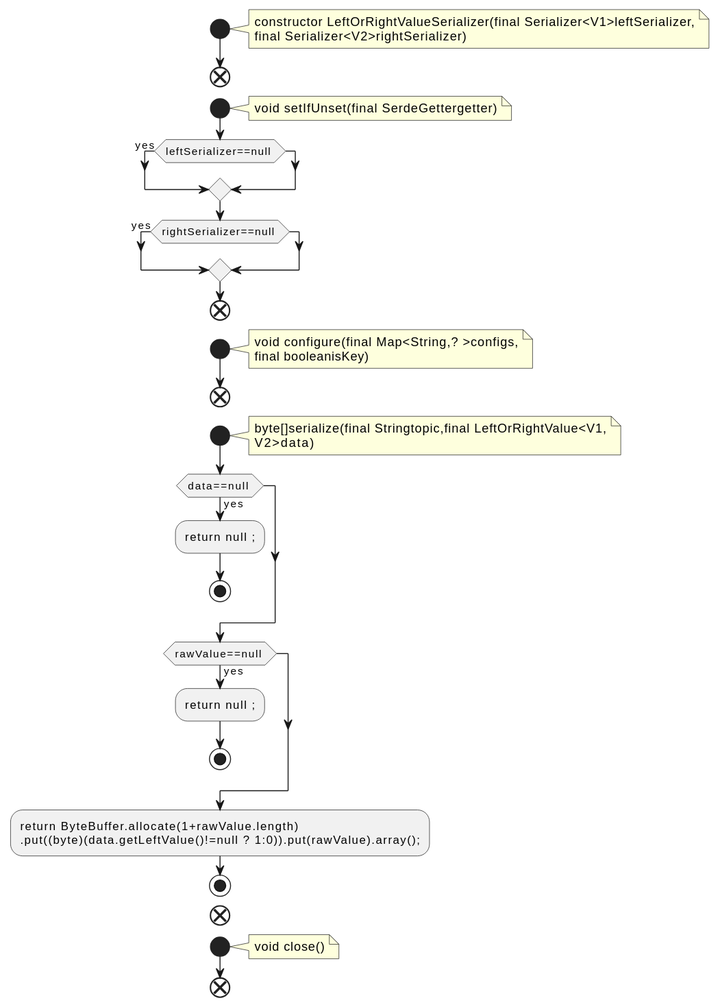
Before: docs/qc/streams/src/main/java/org/apache/kafka/streams/state/internals/LeftOrRightValueSerializer.java.fct.svg, a diagram exported from PlantUML (qualitesys/kafka).
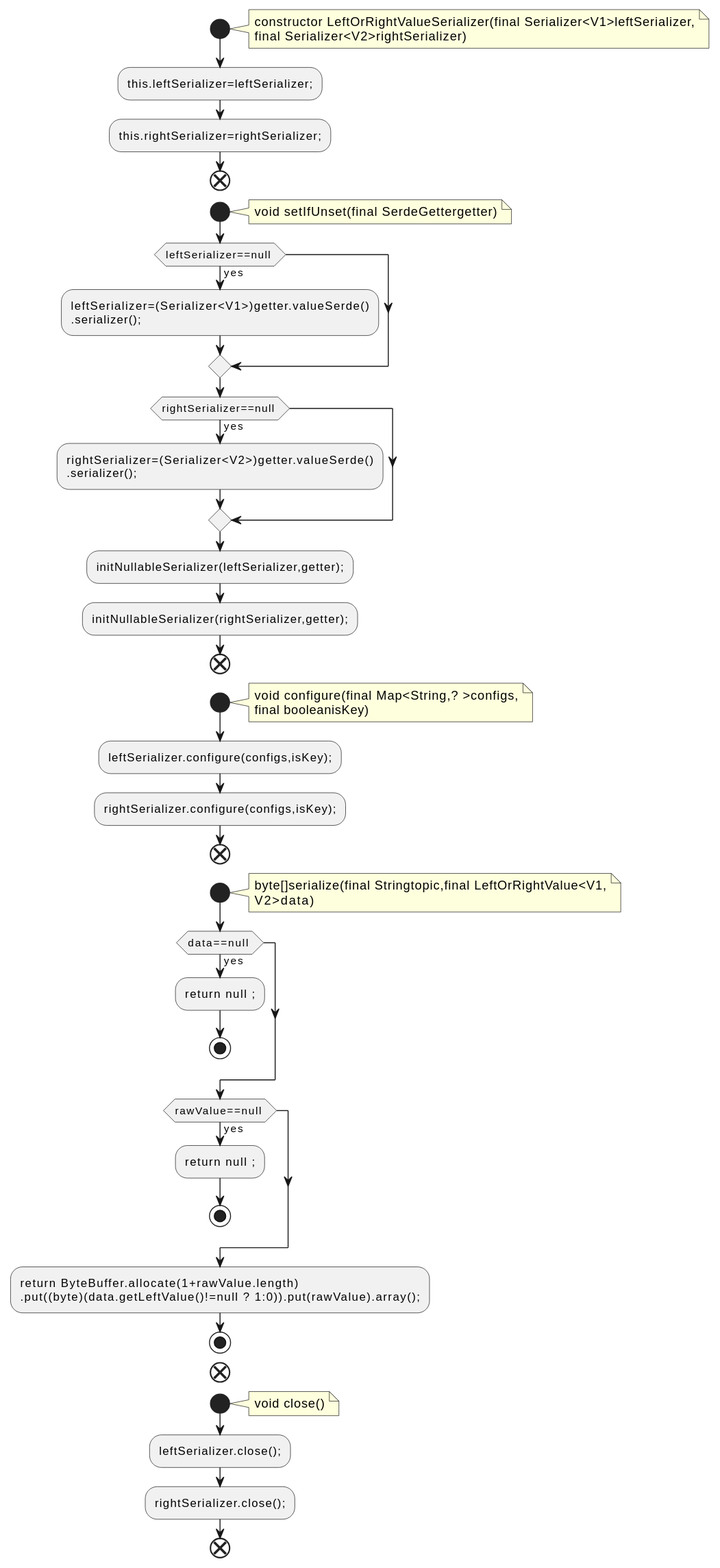
After the commit.

The edit, as a diff of the source:
```diff
@@ -5,21 +5,31 @@
 constructor LeftOrRightValueSerializer(final Serializer<V1>leftSerializer,
 final Serializer<V2>rightSerializer)
 end note
+:this.leftSerializer=leftSerializer;;
+:this.rightSerializer=rightSerializer;;
 end
 start
 note right
 void setIfUnset(final SerdeGettergetter)
 end note
 if (leftSerializer==null ) then (yes)
+:leftSerializer=(Serializer<V1>)getter.valueSerde()
+.serializer();;
 endif
 if (rightSerializer==null ) then (yes)
+:rightSerializer=(Serializer<V2>)getter.valueSerde()
+.serializer();;
 endif
+:initNullableSerializer(leftSerializer,getter);;
+:initNullableSerializer(rightSerializer,getter);;
 end
 start
 note right
 void configure(final Map<String,? >configs,
 final booleanisKey)
 end note
+:leftSerializer.configure(configs,isKey);;
+:rightSerializer.configure(configs,isKey);;
 end
 start
 note right
@@ -42,5 +52,7 @@
 note right
 void close()
 end note
+:leftSerializer.close();;
+:rightSerializer.close();;
 end
 @enduml
```
